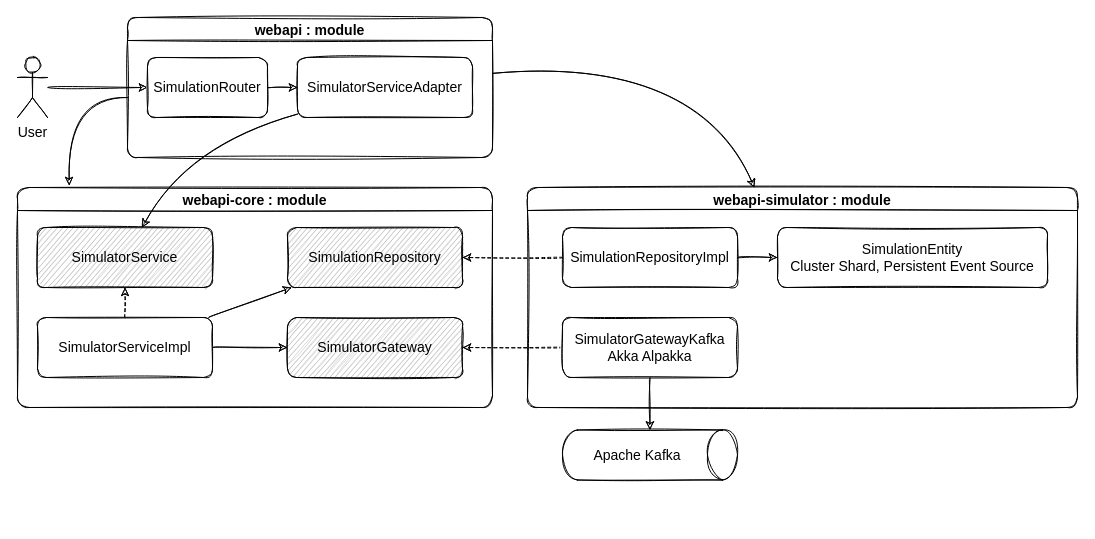
The draw.io diagram page "webapi" (6 of 6) of stars-simulator.drawio in estrondo/diagrams.net, before the edit. Source tidied: cells renumbered, new cells numbered last; positions are measured from the earlier drawing's top-left corner, leaving out a move shared by most shapes. Both pictures are drawn from the tidied source at 100%, with x=0, y=0 at pixel (17, 17).
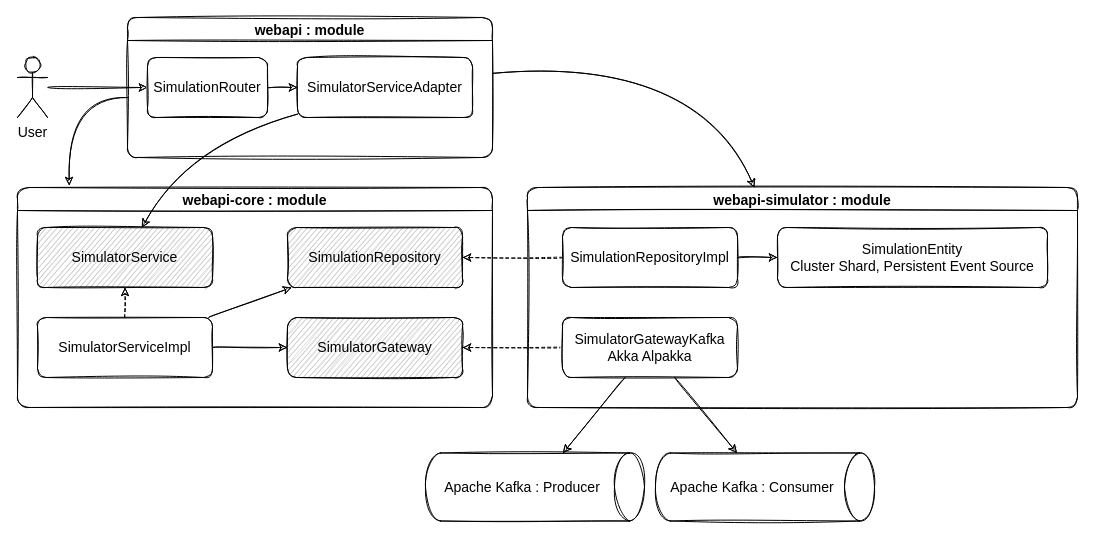
The same page after the edit.

Unchanged cells that the change refers to:
```xml
<mxCell id="22" value="SimulatorGatewayKafka&lt;br&gt;Akka Alpakka" style="rounded=1;whiteSpace=wrap;html=1;sketch=1;fontSize=14;strokeWidth=1;" parent="20" vertex="1">
  <mxGeometry x="35" y="130" width="175" height="60" as="geometry" />
</mxCell>
```

The edit, as a diff of the source:
```diff
@@
-    <mxCell id="2" value="Apache Kafka" style="shape=cylinder3;whiteSpace=wrap;html=1;boundedLbl=1;backgroundOutline=1;size=15;rotation=90;horizontal=0;rounded=1;sketch=1;fontSize=14;strokeWidth=1;" parent="1" vertex="1">
-      <mxGeometry x="607.5" y="350" width="50" height="175" as="geometry" />
+    <mxCell id="2" value="Apache Kafka : Producer" style="shape=cylinder3;whiteSpace=wrap;html=1;boundedLbl=1;backgroundOutline=1;size=15;rotation=90;horizontal=0;rounded=1;sketch=1;fontSize=14;strokeWidth=1;" parent="1" vertex="1">
+      <mxGeometry x="483.5" y="360" width="68" height="219" as="geometry" />
     </mxCell>
@@
+    <mxCell id="28" value="Apache Kafka : Consumer" style="shape=cylinder3;whiteSpace=wrap;html=1;boundedLbl=1;backgroundOutline=1;size=15;rotation=90;horizontal=0;rounded=1;sketch=1;fontSize=14;strokeWidth=1;" parent="1" vertex="1">
+      <mxGeometry x="713.5" y="360" width="68" height="219" as="geometry" />
+    </mxCell>
+    <mxCell id="29" style="endArrow=classic;html=1;rounded=1;sketch=1;fontSize=14;curved=1;strokeWidth=1;" parent="1" edge="1" source="22" target="28">
+      <mxGeometry relative="1" as="geometry" />
+    </mxCell>
```
